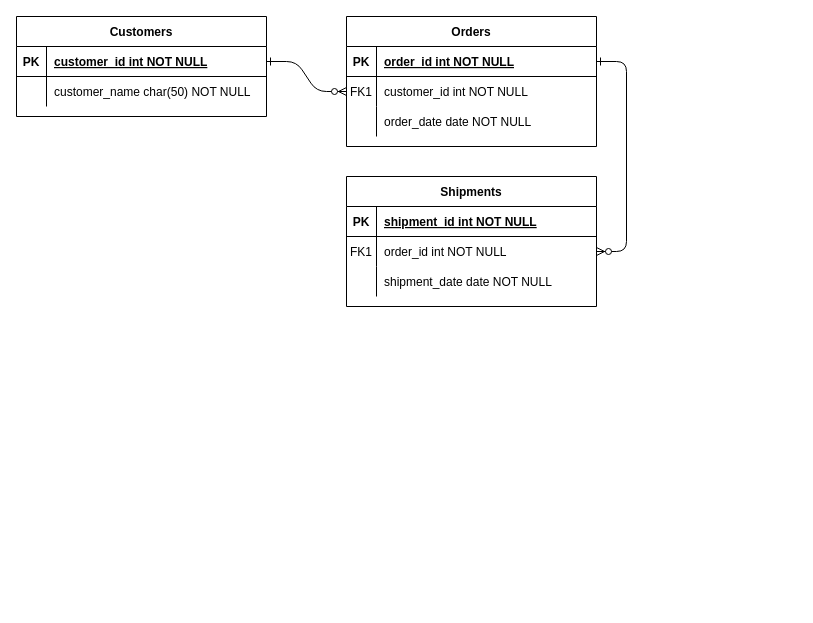
Before: Auction ERD.drawio in vardan5/AuctionWeb, a draw.io diagram. Source tidied: cells renumbered, new cells numbered last; positions are measured from the earlier drawing's top-left corner, leaving out a move shared by most shapes. Both pictures are drawn from the tidied source at 100%, with x=0, y=0 at pixel (16, 16).
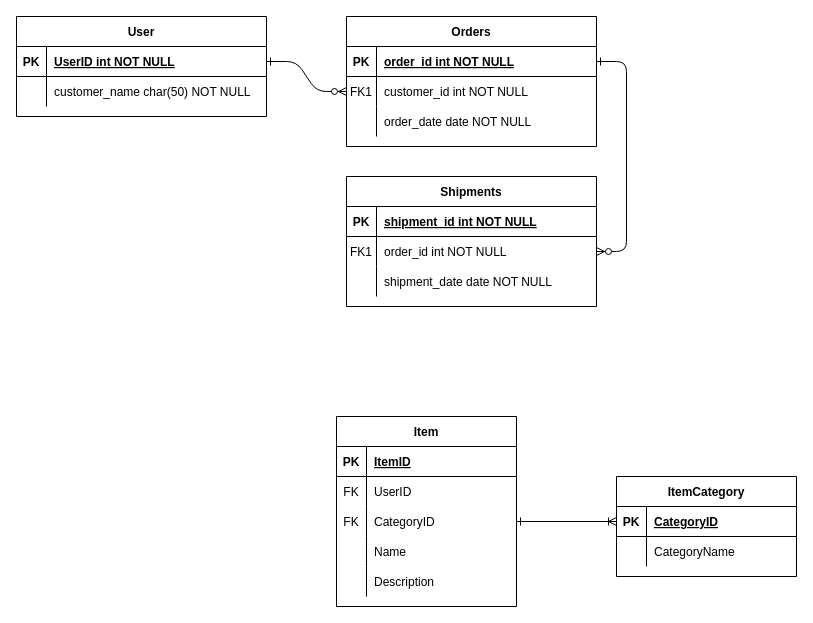
The same page after the edit.

The change refers to these unchanged cells:
```xml
<mxCell id="25" style="shape=partialRectangle;fillColor=none;points=[[0,0.5],[1,0.5]];portConstraint=eastwest;top=0;left=0;right=0;bottom=1;" parent="24" vertex="1">
  <mxGeometry y="30" width="250" height="30" as="geometry" />
</mxCell>
```

Change to the diagram source:
```diff
@@
-    <mxCell id="24" value="Customers" style="shape=table;startSize=30;childLayout=tableLayout;rowLines=0;fontStyle=1;align=center;" parent="1" vertex="1">
+    <mxCell id="24" value="User" style="shape=table;startSize=30;childLayout=tableLayout;rowLines=0;fontStyle=1;align=center;" parent="1" vertex="1">
       <mxGeometry width="250" height="100" as="geometry" />
     </mxCell>
@@
-    <mxCell id="27" value="customer_id int NOT NULL " style="shape=partialRectangle;overflow=hidden;fillColor=none;top=0;left=0;bottom=0;right=0;align=left;spacingLeft=6;fontStyle=5;" parent="25" vertex="1">
+    <mxCell id="27" value="UserID int NOT NULL " style="shape=partialRectangle;overflow=hidden;fillColor=none;top=0;left=0;bottom=0;right=0;align=left;spacingLeft=6;fontStyle=5;" parent="25" vertex="1">
       <mxGeometry x="30" width="220" height="30" as="geometry" />
     </mxCell>
@@
+    <mxCell id="31" value="Item" style="shape=table;startSize=30;childLayout=tableLayout;rowLines=0;fontStyle=1;align=center;" parent="1" vertex="1">
+      <mxGeometry x="320" y="400" width="180" height="190" as="geometry" />
+    </mxCell>
+    <mxCell id="32" style="shape=tableRow;horizontal=0;startSize=0;swimlaneHead=0;swimlaneBody=0;fillColor=none;top=0;left=0;right=0;bottom=1;" parent="31" vertex="1">
+      <mxGeometry y="30" width="180" height="30" as="geometry" />
+    </mxCell>
+    <mxCell id="33" value="PK" style="shape=partialRectangle;fillColor=none;top=0;left=0;bottom=0;right=0;fontStyle=1;overflow=hidden;" parent="32" vertex="1">
+      <mxGeometry width="30" height="30" as="geometry" />
+    </mxCell>
+    <mxCell id="34" value="ItemID" style="shape=partialRectangle;fillColor=none;top=0;left=0;bottom=0;right=0;align=left;spacingLeft=6;fontStyle=5;overflow=hidden;" parent="32" vertex="1">
+      <mxGeometry x="30" width="150" height="30" as="geometry" />
+    </mxCell>
+    <mxCell id="35" style="shape=tableRow;horizontal=0;startSize=0;swimlaneHead=0;swimlaneBody=0;fillColor=none;top=0;left=0;right=0;bottom=0;" parent="31" vertex="1">
+      <mxGeometry y="60" width="180" height="30" as="geometry" />
+    </mxCell>
+    <mxCell id="36" value="FK" style="shape=partialRectangle;fillColor=none;top=0;left=0;bottom=0;right=0;overflow=hidden;" parent="35" vertex="1">
+      <mxGeometry width="30" height="30" as="geometry" />
+    </mxCell>
+    <mxCell id="37" value="UserID" style="shape=partialRectangle;fillColor=none;top=0;left=0;bottom=0;right=0;align=left;spacingLeft=6;overflow=hidden;" parent="35" vertex="1">
+      <mxGeometry x="30" width="150" height="30" as="geometry" />
+    </mxCell>
+    <mxCell id="38" style="shape=tableRow;horizontal=0;startSize=0;swimlaneHead=0;swimlaneBody=0;fillColor=none;points=[[0,0.5],[1,0.5]];portConstraint=eastwest;top=0;left=0;right=0;bottom=0;" parent="31" vertex="1">
+      <mxGeometry y="90" width="180" height="30" as="geometry" />
+    </mxCell>
+    <mxCell id="39" value="FK" style="shape=partialRectangle;fillColor=none;top=0;left=0;bottom=0;right=0;overflow=hidden;" parent="38" vertex="1">
+      <mxGeometry width="30" height="30" as="geometry" />
+    </mxCell>
+    <mxCell id="40" value="CategoryID" style="shape=partialRectangle;fillColor=none;top=0;left=0;bottom=0;right=0;align=left;spacingLeft=6;overflow=hidden;" parent="38" vertex="1">
+      <mxGeometry x="30" width="150" height="30" as="geometry" />
+    </mxCell>
+    <mxCell id="41" style="shape=tableRow;horizontal=0;startSize=0;swimlaneHead=0;swimlaneBody=0;fillColor=none;top=0;left=0;right=0;bottom=0;" parent="31" vertex="1">
+      <mxGeometry y="120" width="180" height="30" as="geometry" />
+    </mxCell>
+    <mxCell id="42" style="shape=partialRectangle;fillColor=none;top=0;left=0;bottom=0;right=0;overflow=hidden;" parent="41" vertex="1">
+      <mxGeometry width="30" height="30" as="geometry" />
+    </mxCell>
+    <mxCell id="43" value="Name" style="shape=partialRectangle;fillColor=none;top=0;left=0;bottom=0;right=0;align=left;spacingLeft=6;overflow=hidden;" parent="41" vertex="1">
+      <mxGeometry x="30" width="150" height="30" as="geometry" />
+    </mxCell>
+    <mxCell id="44" style="shape=tableRow;horizontal=0;startSize=0;swimlaneHead=0;swimlaneBody=0;fillColor=none;top=0;left=0;right=0;bottom=0;" parent="31" vertex="1">
+      <mxGeometry y="150" width="180" height="30" as="geometry" />
+    </mxCell>
+    <mxCell id="45" style="shape=partialRectangle;fillColor=none;top=0;left=0;bottom=0;right=0;overflow=hidden;" parent="44" vertex="1">
+      <mxGeometry width="30" height="30" as="geometry" />
+    </mxCell>
+    <mxCell id="46" value="Description" style="shape=partialRectangle;fillColor=none;top=0;left=0;bottom=0;right=0;align=left;spacingLeft=6;overflow=hidden;" parent="44" vertex="1">
+      <mxGeometry x="30" width="150" height="30" as="geometry" />
+    </mxCell>
+    <mxCell id="47" value="ItemCategory" style="shape=table;startSize=30;childLayout=tableLayout;rowLines=0;fontStyle=1;align=center;" parent="1" vertex="1">
+      <mxGeometry x="600" y="460" width="180" height="100" as="geometry" />
+    </mxCell>
+    <mxCell id="48" style="shape=tableRow;horizontal=0;startSize=0;swimlaneHead=0;swimlaneBody=0;fillColor=none;points=[[0,0.5],[1,0.5]];portConstraint=eastwest;top=0;left=0;right=0;bottom=1;" parent="47" vertex="1">
+      <mxGeometry y="30" width="180" height="30" as="geometry" />
+    </mxCell>
+    <mxCell id="49" value="PK" style="shape=partialRectangle;fillColor=none;top=0;left=0;bottom=0;right=0;fontStyle=1;overflow=hidden;" parent="48" vertex="1">
+      <mxGeometry width="30" height="30" as="geometry" />
+    </mxCell>
+    <mxCell id="50" value="CategoryID" style="shape=partialRectangle;fillColor=none;top=0;left=0;bottom=0;right=0;align=left;spacingLeft=6;fontStyle=5;overflow=hidden;" parent="48" vertex="1">
+      <mxGeometry x="30" width="150" height="30" as="geometry" />
+    </mxCell>
+    <mxCell id="51" style="shape=tableRow;horizontal=0;startSize=0;swimlaneHead=0;swimlaneBody=0;fillColor=none;top=0;left=0;right=0;bottom=0;" parent="47" vertex="1">
+      <mxGeometry y="60" width="180" height="30" as="geometry" />
+    </mxCell>
+    <mxCell id="52" style="shape=partialRectangle;fillColor=none;top=0;left=0;bottom=0;right=0;overflow=hidden;" parent="51" vertex="1">
+      <mxGeometry width="30" height="30" as="geometry" />
+    </mxCell>
+    <mxCell id="53" value="CategoryName" style="shape=partialRectangle;fillColor=none;top=0;left=0;bottom=0;right=0;align=left;spacingLeft=6;overflow=hidden;" parent="51" vertex="1">
+      <mxGeometry x="30" width="150" height="30" as="geometry" />
+    </mxCell>
+    <mxCell id="54" style="edgeStyle=orthogonalEdgeStyle;rounded=0;jettySize=auto;html=1;endArrow=ERoneToMany;endFill=0;startArrow=ERone;startFill=0;" parent="1" edge="1" source="38" target="48">
+      <mxGeometry relative="1" as="geometry" />
+    </mxCell>
```
